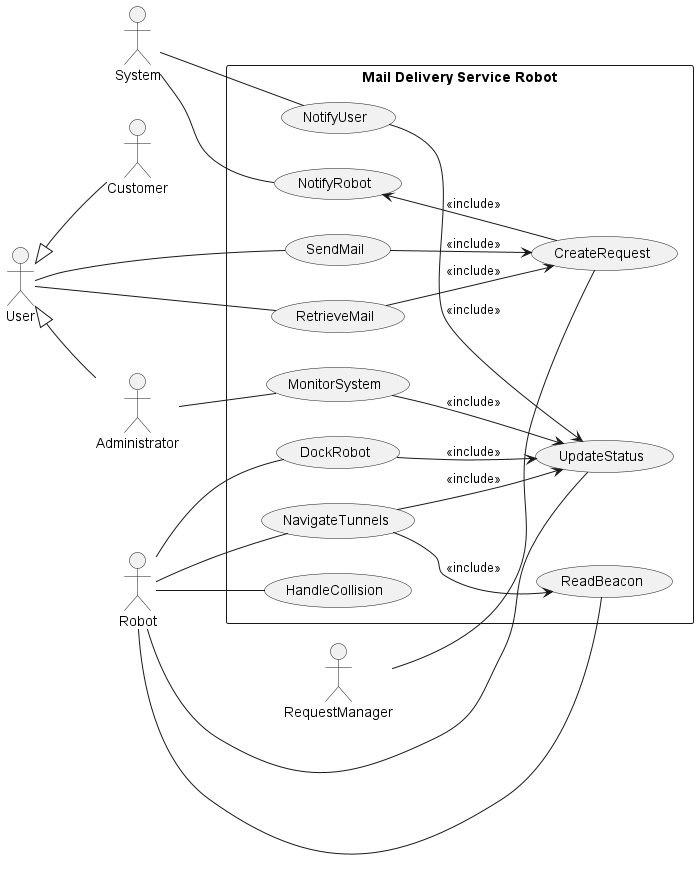
The PlantUML diagram diagrams/use_case_diagram.png in bardia-p/carleton-mail-delivery-robot, before a commit. Its diagram source:
```plantuml
@startuml

User <|-- Administrator
User <|-- Customer



rectangle Mail<U+0020>Delivery<U+0020>Service<U+0020>Robot {
    left to right direction
    together {
    usecase SendMail
    usecase RetrieveMail
    usecase NotifyRobot
    usecase MonitorSystem
    }
    usecase ReadBeacon
    usecase NotifyUser
    usecase NavigateTunnels
    usecase DockRobot
    usecase UpdateStatus
    usecase HandleCollision
    usecase CreateRequest
    usecase NotifyUser


    SendMail --> CreateRequest : <<include>>
    RetrieveMail --> CreateRequest : <<include>>
    CreateRequest --> NotifyRobot : <<include>>
    MonitorSystem --> UpdateStatus : <<include>>
    NotifyUser --> UpdateStatus : <<include>>
    NavigateTunnels --> ReadBeacon : <<include>>
    NavigateTunnels --> UpdateStatus : <<include>>
    DockRobot --> UpdateStatus : <<include>>


}
actor Robot
actor RequestManager
actor System

RequestManager -- CreateRequest
User -- SendMail
User -- RetrieveMail
Administrator -- MonitorSystem
System -- NotifyRobot
System -- NotifyUser
Robot -- NavigateTunnels
Robot -- ReadBeacon
Robot -- DockRobot
Robot -- HandleCollision
Robot -- UpdateStatus
@enduml
```
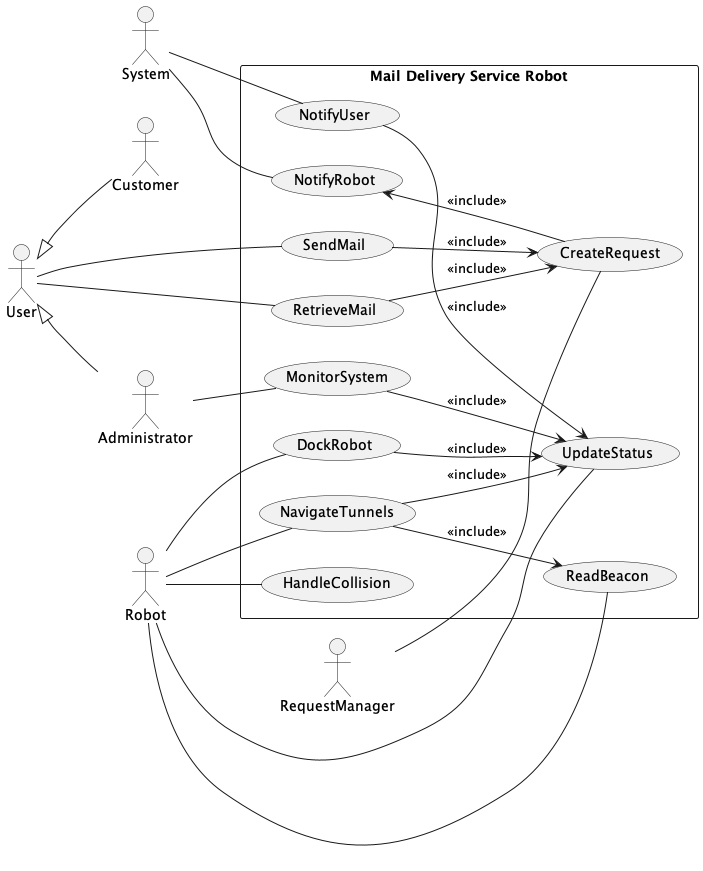
The same diagram one commit later.

Commit message:
Added the progress report and updated the diagrams script.

Change to the diagram source:
```diff
@@ -1,4 +1,4 @@
-@startuml
+@startuml use_case_diagram
 
 User <|-- Administrator
 User <|-- Customer
```
